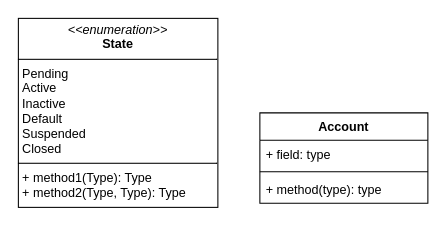
Above: page "Page-3" (3 of 3) of workshop6_week7.drawio in antonykimuom/SWEN30006-2025-SM1-workshop1-tuew05-14-00-team-12 (draw.io), before the change. Source tidied: cells renumbered, new cells numbered last; positions are measured from the earlier drawing's top-left corner, leaving out a move shared by most shapes. Both pictures are drawn from the tidied source at 105%, with x=0, y=0 at pixel (18, 18).
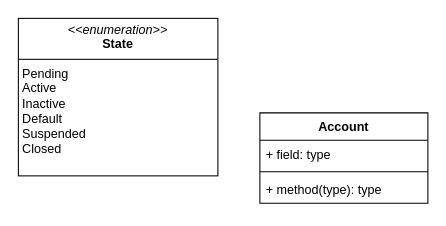
Above is the later version.

Diff of the diagram source:
```diff
@@
 <mxGraphModel>
   <root>
     <mxCell id="0" />
     <mxCell id="1" parent="0" />
     <mxCell id="2" value="Account" style="swimlane;fontStyle=1;align=center;verticalAlign=top;horizontal=1;startSize=26;whiteSpace=wrap;html=1;" parent="1" vertex="1">
       <mxGeometry x="230" y="90" width="160" height="86" as="geometry" />
     </mxCell>
     <mxCell id="3" value="+ field: type" style="text;strokeColor=none;fillColor=none;align=left;verticalAlign=top;spacingLeft=4;spacingRight=4;overflow=hidden;whiteSpace=wrap;html=1;" parent="2" vertex="1">
       <mxGeometry y="26" width="160" height="26" as="geometry" />
     </mxCell>
     <mxCell id="4" style="line;strokeWidth=1;fillColor=none;align=left;verticalAlign=middle;spacingTop=-1;spacingLeft=3;spacingRight=3;labelPosition=right;strokeColor=inherit;" parent="2" vertex="1">
       <mxGeometry y="52" width="160" height="8" as="geometry" />
     </mxCell>
     <mxCell id="5" value="+ method(type): type" style="text;strokeColor=none;fillColor=none;align=left;verticalAlign=top;spacingLeft=4;spacingRight=4;overflow=hidden;whiteSpace=wrap;html=1;" parent="2" vertex="1">
       <mxGeometry y="60" width="160" height="26" as="geometry" />
     </mxCell>
-    <mxCell id="6" value="&lt;p style=&quot;margin:0px;margin-top:4px;text-align:center;&quot;&gt;&lt;i&gt;&amp;lt;&amp;lt;enumeration&amp;gt;&amp;gt;&lt;/i&gt;&lt;br&gt;&lt;b&gt;State&lt;/b&gt;&lt;/p&gt;&lt;hr size=&quot;1&quot; style=&quot;border-style:solid;&quot;&gt;&lt;p style=&quot;margin:0px;margin-left:4px;&quot;&gt;Pending&lt;/p&gt;&lt;p style=&quot;margin:0px;margin-left:4px;&quot;&gt;Active&lt;/p&gt;&lt;p style=&quot;margin:0px;margin-left:4px;&quot;&gt;Inactive&lt;/p&gt;&lt;p style=&quot;margin:0px;margin-left:4px;&quot;&gt;Default&lt;/p&gt;&lt;p style=&quot;margin:0px;margin-left:4px;&quot;&gt;Suspended&lt;/p&gt;&lt;p style=&quot;margin:0px;margin-left:4px;&quot;&gt;Closed&lt;/p&gt;&lt;hr size=&quot;1&quot; style=&quot;border-style:solid;&quot;&gt;&lt;p style=&quot;margin:0px;margin-left:4px;&quot;&gt;+ method1(Type): Type&lt;br&gt;+ method2(Type, Type): Type&lt;/p&gt;" style="verticalAlign=top;align=left;overflow=fill;html=1;whiteSpace=wrap;" parent="1" vertex="1">
-      <mxGeometry width="190" height="180" as="geometry" />
+    <mxCell id="6" value="&lt;p style=&quot;margin:0px;margin-top:4px;text-align:center;&quot;&gt;&lt;i&gt;&amp;lt;&amp;lt;enumeration&amp;gt;&amp;gt;&lt;/i&gt;&lt;br&gt;&lt;b&gt;State&lt;/b&gt;&lt;/p&gt;&lt;hr size=&quot;1&quot; style=&quot;border-style:solid;&quot;&gt;&lt;p style=&quot;margin:0px;margin-left:4px;&quot;&gt;Pending&lt;/p&gt;&lt;p style=&quot;margin:0px;margin-left:4px;&quot;&gt;Active&lt;/p&gt;&lt;p style=&quot;margin:0px;margin-left:4px;&quot;&gt;Inactive&lt;/p&gt;&lt;p style=&quot;margin:0px;margin-left:4px;&quot;&gt;Default&lt;/p&gt;&lt;p style=&quot;margin:0px;margin-left:4px;&quot;&gt;Suspended&lt;/p&gt;&lt;p style=&quot;margin:0px;margin-left:4px;&quot;&gt;Closed&lt;/p&gt;&lt;p style=&quot;margin:0px;margin-left:4px;&quot;&gt;&lt;br&gt;&lt;/p&gt;" style="verticalAlign=top;align=left;overflow=fill;html=1;whiteSpace=wrap;" parent="1" vertex="1">
+      <mxGeometry width="190" height="150" as="geometry" />
     </mxCell>
   </root>
 </mxGraphModel>
```
